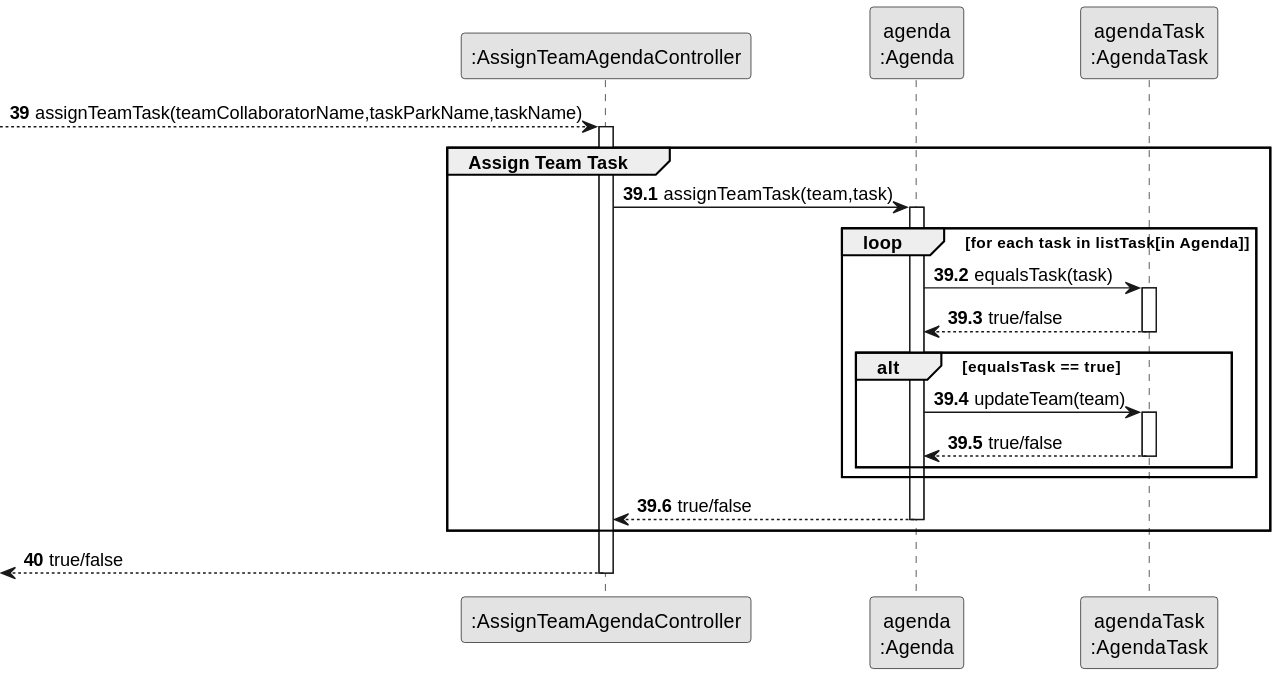
The PlantUML diagram docs/sprint3/us23/03.design/svg/us23-partial-sequence-diagram-assign-team.svg in Departamento-de-Engenharia-Informatica/lei-24-s2-1db-g022, before a commit. The source it was exported from:
```plantuml
@startuml
skinparam monochrome true
skinparam packageStyle rectangle
skinparam shadowing false

participant ":AssignTeamAgendaController" as CTRL
participant "agenda\n:Agenda" as AGENDA

participant "agendaTask\n:AgendaTask" as TASK

autonumber 39

--> CTRL : assignTeamTask(teamCollaboratorName,taskParkName,taskName)

autonumber 39.1
group Assign Team Task

activate CTRL

CTRL -> AGENDA : assignTeamTask(team,task)

activate AGENDA

loop for each task in listTask[in Agenda]

AGENDA -> TASK : equalsTask(task)

activate TASK

TASK --> AGENDA : true/false

deactivate TASK

alt equalsTask == true

AGENDA -> TASK : updateTeam(team)

activate TASK

TASK --> AGENDA : true/false

deactivate TASK

end

end

AGENDA --> CTRL : true/false

deactivate AGENDA

end

autonumber 40

<--CTRL : true/false

deactivate CTRL
@enduml
```
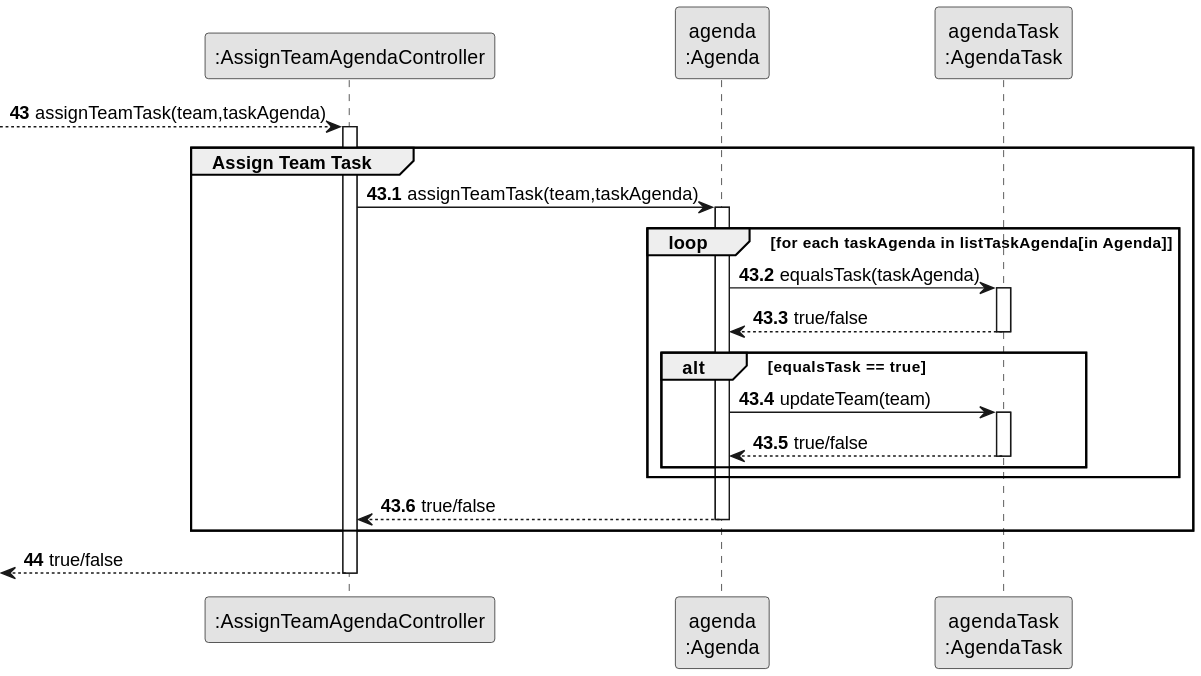
After the commit.

Change to the diagram source:
```diff
@@ -8,22 +8,22 @@
 
 participant "agendaTask\n:AgendaTask" as TASK
 
-autonumber 39
+autonumber 43
 
---> CTRL : assignTeamTask(teamCollaboratorName,taskParkName,taskName)
+--> CTRL : assignTeamTask(team,taskAgenda)
 
-autonumber 39.1
+autonumber 43.1
 group Assign Team Task
 
 activate CTRL
 
-CTRL -> AGENDA : assignTeamTask(team,task)
+CTRL -> AGENDA : assignTeamTask(team,taskAgenda)
 
 activate AGENDA
 
-loop for each task in listTask[in Agenda]
+loop for each taskAgenda in listTaskAgenda[in Agenda]
 
-AGENDA -> TASK : equalsTask(task)
+AGENDA -> TASK : equalsTask(taskAgenda)
 
 activate TASK
 
@@ -51,7 +51,7 @@
 
 end
 
-autonumber 40
+autonumber 44
 
 <--CTRL : true/false
 
```
